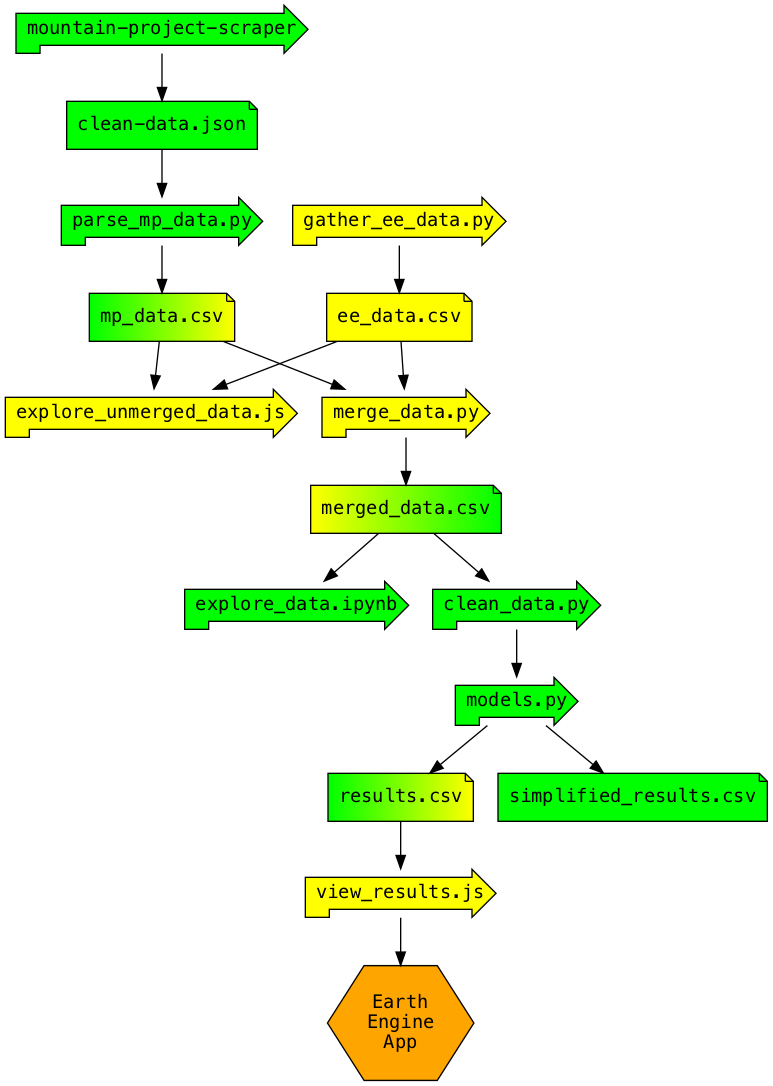
zebengberg/big-wall-finder keeps this Graphviz diagram as assets/pipeline.png. Above is the earlier version. Its source is kept beside it as assets/pipeline.dot.
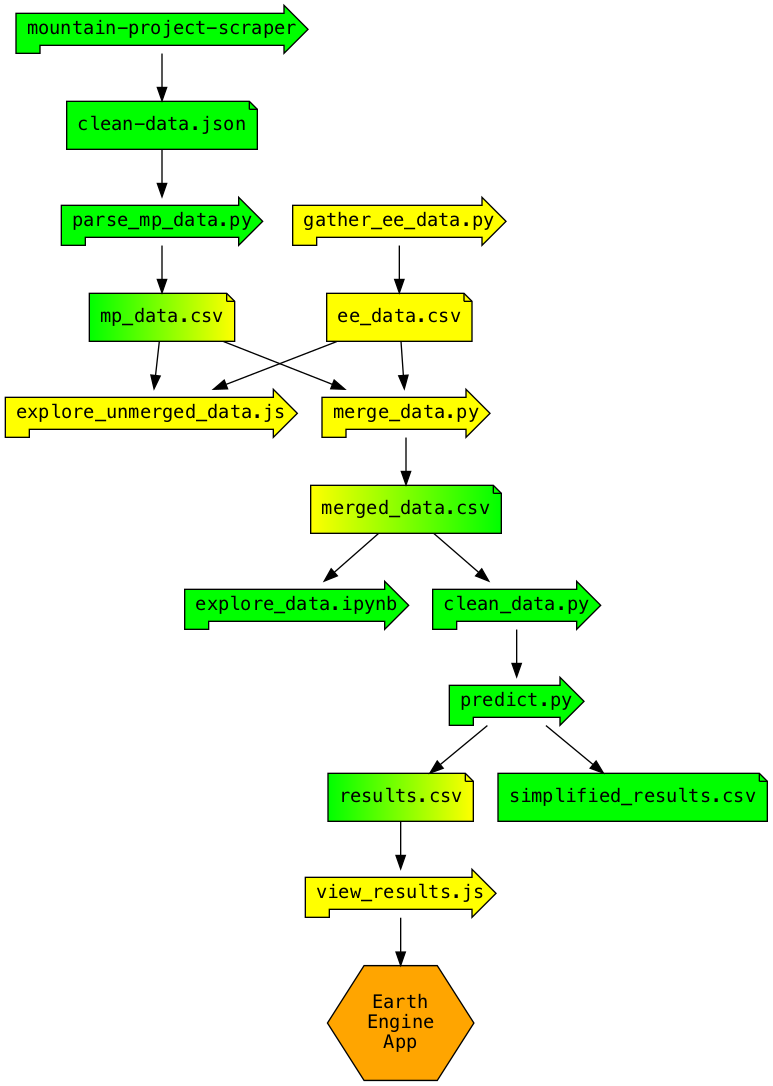
After the commit.

What changed in the source:
```diff
@@ -15,7 +15,7 @@
   explore_data [label = "explore_data.ipynb"; shape = rpromoter; fillcolor = green]
 
   clean_data [label = "clean_data.py"; shape = rpromoter; fillcolor = green]
-  models [label = "models.py"; shape = rpromoter; fillcolor = green]
+  predict [label = "predict.py"; shape = rpromoter; fillcolor = green]
   results [label = "results.csv"; shape = note; fillcolor = "green:yellow"]
   simplified_results [label = "simplified_results.csv"; shape = note; fillcolor = "green"]
 
@@ -25,6 +25,6 @@
   mp_scrape -> json -> parse_mp -> mp_data -> {explore_unmerged, merge_data}
   gather_ee -> ee_data -> {explore_unmerged, merge_data}
   merge_data -> merged_data -> {explore_data, clean_data}
-  clean_data -> models -> {results, simplified_results}
+  clean_data -> predict -> {results, simplified_results}
   results -> view_results -> app
 }
```
